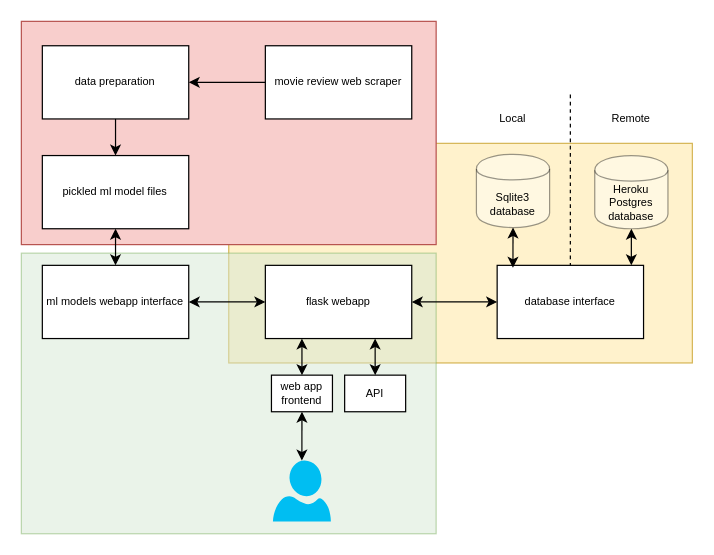
Earlier version of the draw.io diagram docs/img/10000ft_project_overview.drawio (datahappy1/czech_language_sentiment_analyzer). Source tidied: cells renumbered, new cells numbered last; positions are measured from the earlier drawing's top-left corner, leaving out a move shared by most shapes. Both pictures are drawn from the tidied source at 122%, with x=0, y=0 at pixel (21, 21). Pictures stored in the file or linked from it are replaced by grey dashed boxes.
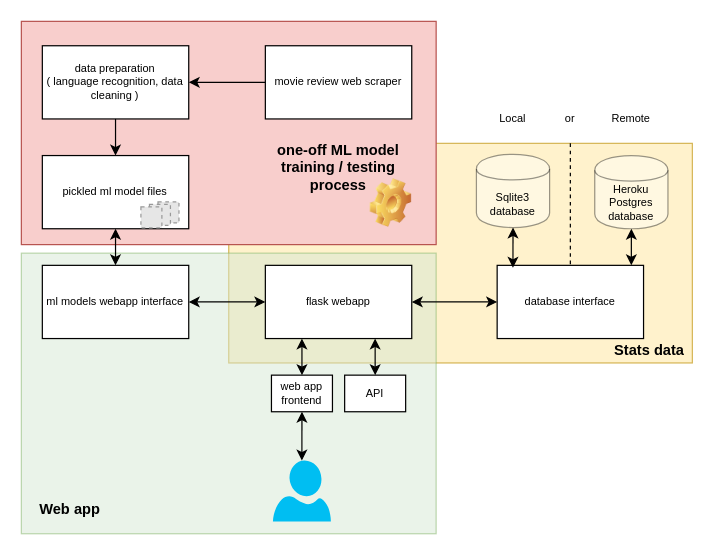
Above is the later version.

The change refers to these unchanged cells:
```xml
<mxCell id="8" value="database interface" style="rounded=0;whiteSpace=wrap;html=1;fontSize=9;align=center;" parent="1" vertex="1">
  <mxGeometry x="390" y="200" width="120" height="60" as="geometry" />
</mxCell>
```

Diff of the diagram source:
```diff
@@
-    <mxCell id="3" style="rounded=0;whiteSpace=wrap;html=1;fontSize=9;align=center;fillColor=#d5e8d4;strokeColor=#82b366;opacity=50;" parent="1" vertex="1">
-      <mxGeometry y="190" width="340" height="230" as="geometry" />
-    </mxCell>
@@
+    <mxCell id="3" style="rounded=0;whiteSpace=wrap;html=1;fontSize=9;align=center;fillColor=#d5e8d4;strokeColor=#82b366;opacity=50;" parent="1" vertex="1">
+      <mxGeometry y="190" width="340" height="230" as="geometry" />
+    </mxCell>
@@
-    <mxCell id="9" value="data preparation" style="rounded=0;whiteSpace=wrap;html=1;fontSize=9;align=center;" parent="1" vertex="1">
+    <mxCell id="9" value="data preparation &lt;br&gt;( language recognition, data cleaning )" style="rounded=0;whiteSpace=wrap;html=1;fontSize=9;align=center;" parent="1" vertex="1">
       <mxGeometry x="17.2" y="20" width="120" height="60" as="geometry" />
     </mxCell>
@@
     <mxCell id="27" style="endArrow=none;dashed=1;html=1;fontSize=9;align=center;entryX=0.5;entryY=0;entryDx=0;entryDy=0;" parent="1" edge="1" target="8">
       <mxGeometry relative="1" as="geometry">
-        <mxPoint x="450" y="60" as="sourcePoint" />
+        <mxPoint x="450" y="100" as="sourcePoint" />
       </mxGeometry>
     </mxCell>
@@
+    <mxCell id="30" value="or" style="text;html=1;strokeColor=none;fillColor=none;align=center;verticalAlign=middle;whiteSpace=wrap;rounded=0;fontSize=9;" parent="1" vertex="1">
+      <mxGeometry x="430" y="70" width="40" height="20" as="geometry" />
+    </mxCell>
+    <mxCell id="31" value="one-off ML model training / testing process" style="text;html=1;strokeColor=none;fillColor=none;align=center;verticalAlign=middle;whiteSpace=wrap;rounded=0;fontStyle=1;" parent="1" vertex="1">
+      <mxGeometry x="200" y="110" width="120" height="20" as="geometry" />
+    </mxCell>
+    <mxCell id="32" style="shape=image;html=1;verticalLabelPosition=bottom;labelBackgroundColor=#ffffff;verticalAlign=top;imageAspect=0;image=img/clipart/Gear_128x128.png;" parent="1" vertex="1">
+      <mxGeometry x="286" y="129" width="34" height="40" as="geometry" />
+    </mxCell>
+    <mxCell id="33" style="fillColor=#E6E6E6;strokeColor=#999999;dashed=1;html=1;verticalAlign=top;verticalLabelPosition=bottom;labelBackgroundColor=#ffffff;" parent="1" vertex="1">
+      <mxGeometry x="112" y="148" width="17.2" height="17.2" as="geometry" />
+    </mxCell>
+    <mxCell id="34" style="fillColor=#E6E6E6;strokeColor=#999999;dashed=1;html=1;verticalAlign=top;verticalLabelPosition=bottom;labelBackgroundColor=#ffffff;" parent="1" vertex="1">
+      <mxGeometry x="105" y="150" width="17.2" height="17.2" as="geometry" />
+    </mxCell>
+    <mxCell id="35" style="fillColor=#E6E6E6;strokeColor=#999999;dashed=1;html=1;verticalAlign=top;verticalLabelPosition=bottom;labelBackgroundColor=#ffffff;" parent="1" vertex="1">
+      <mxGeometry x="98" y="152" width="17.2" height="17.2" as="geometry" />
+    </mxCell>
+    <mxCell id="36" value="Stats data" style="text;html=1;strokeColor=none;fillColor=none;align=center;verticalAlign=middle;whiteSpace=wrap;rounded=0;fontSize=12;fontStyle=1;" parent="1" vertex="1">
+      <mxGeometry x="480" y="260" width="70" height="20" as="geometry" />
+    </mxCell>
+    <mxCell id="37" value="Web app" style="text;html=1;strokeColor=none;fillColor=none;align=center;verticalAlign=middle;whiteSpace=wrap;rounded=0;fontSize=12;fontStyle=1;" parent="1" vertex="1">
+      <mxGeometry x="10" y="390" width="60" height="20" as="geometry" />
+    </mxCell>
```
